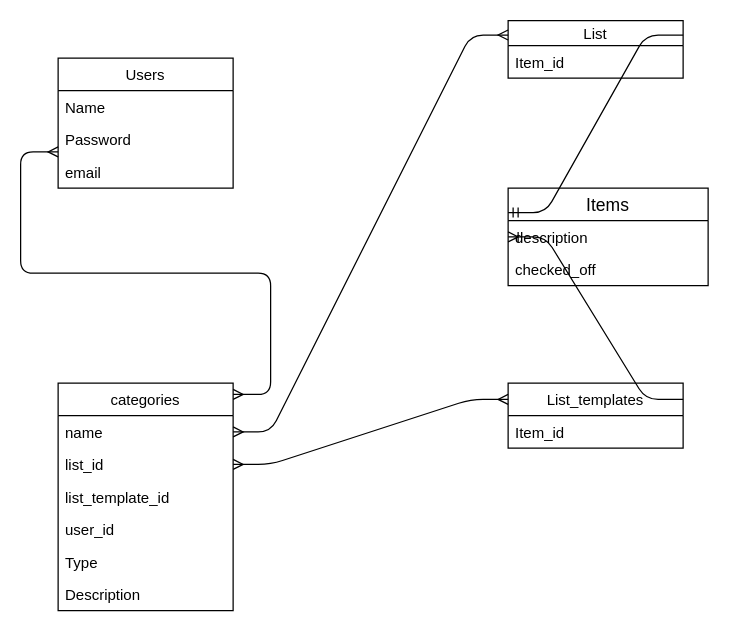
Earlier version of the draw.io diagram DB_Diagram.drawio (wingerwingman/list_project). Source tidied: cells renumbered, new cells numbered last; positions are measured from the earlier drawing's top-left corner, leaving out a move shared by most shapes. Both pictures are drawn from the tidied source at 125%, with x=0, y=0 at pixel (58, 20).
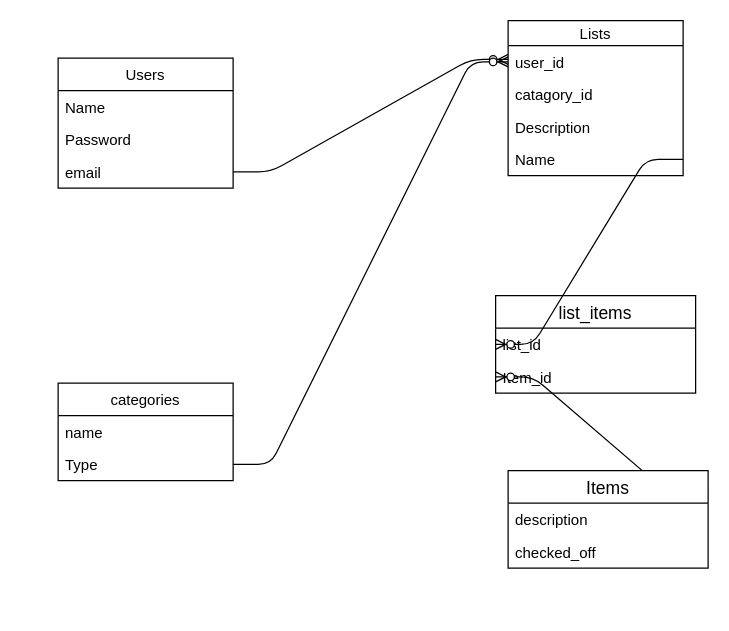
After the change.

Unchanged cells that the change refers to:
```xml
<mxCell id="5" value="email" style="text;strokeColor=none;fillColor=none;align=left;verticalAlign=top;spacingLeft=4;spacingRight=4;overflow=hidden;points=[[0,0.5],[1,0.5]];portConstraint=eastwest;" parent="2" vertex="1">
  <mxGeometry y="78" width="140" height="26" as="geometry" />
</mxCell>
<mxCell id="7" value="name" style="text;strokeColor=none;fillColor=none;align=left;verticalAlign=top;spacingLeft=4;spacingRight=4;overflow=hidden;points=[[0,0.5],[1,0.5]];portConstraint=eastwest;" parent="6" vertex="1">
  <mxGeometry y="26" width="140" height="26" as="geometry" />
</mxCell>
<mxCell id="18" value="description" style="text;strokeColor=none;fillColor=none;spacingLeft=4;spacingRight=4;overflow=hidden;points=[[0,0.5],[1,0.5]];portConstraint=eastwest;fontSize=12;" parent="17" vertex="1">
  <mxGeometry y="26" width="160" height="26" as="geometry" />
</mxCell>
```

The edit, as a diff of the source:
```diff
@@
     <mxCell id="6" value="categories" style="swimlane;fontStyle=0;horizontal=1;startSize=26;fillColor=none;" parent="1" vertex="1">
-      <mxGeometry y="290" width="140" height="182" as="geometry" />
+      <mxGeometry y="290" width="140" height="78" as="geometry" />
     </mxCell>
@@
+    <mxCell id="11" value="Type" style="text;strokeColor=none;fillColor=none;align=left;verticalAlign=top;spacingLeft=4;spacingRight=4;overflow=hidden;points=[[0,0.5],[1,0.5]];portConstraint=eastwest;" parent="6" vertex="1">
+      <mxGeometry y="52" width="140" height="26" as="geometry" />
+    </mxCell>
+    <mxCell id="22" value="Lists" style="swimlane;fontStyle=0;horizontal=1;startSize=20;fillColor=none;" parent="1" vertex="1">
+      <mxGeometry x="360" width="140" height="124" as="geometry" />
+    </mxCell>
+    <mxCell id="23" value="user_id" style="text;strokeColor=none;fillColor=none;align=left;verticalAlign=top;spacingLeft=4;spacingRight=4;overflow=hidden;points=[[0,0.5],[1,0.5]];portConstraint=eastwest;" parent="22" vertex="1">
+      <mxGeometry y="20" width="140" height="26" as="geometry" />
+    </mxCell>
+    <mxCell id="25" value="catagory_id" style="text;strokeColor=none;fillColor=none;align=left;verticalAlign=top;spacingLeft=4;spacingRight=4;overflow=hidden;" parent="22" vertex="1">
+      <mxGeometry y="46" width="140" height="26" as="geometry" />
+    </mxCell>
+    <mxCell id="12" value="Description" style="text;strokeColor=none;fillColor=none;align=left;verticalAlign=top;spacingLeft=4;spacingRight=4;overflow=hidden;" parent="22" vertex="1">
+      <mxGeometry y="72" width="140" height="26" as="geometry" />
+    </mxCell>
+    <mxCell id="26" value="Name" style="text;strokeColor=none;fillColor=none;align=left;verticalAlign=top;spacingLeft=4;spacingRight=4;overflow=hidden;points=[[0,0.5],[1,0.5]];portConstraint=eastwest;" parent="22" vertex="1">
+      <mxGeometry y="98" width="140" height="26" as="geometry" />
+    </mxCell>
+    <mxCell id="24" style="edgeStyle=entityRelationEdgeStyle;fontSize=12;html=1;endArrow=ERzeroToMany;endFill=1;exitX=1;exitY=0.5;exitDx=0;exitDy=0;entryX=0;entryY=0.25;entryDx=0;entryDy=0;" parent="1" edge="1" source="5" target="22">
+      <mxGeometry relative="1" as="geometry" />
+    </mxCell>
+    <mxCell id="27" style="edgeStyle=entityRelationEdgeStyle;fontSize=12;html=1;endArrow=ERzeroToMany;endFill=1;exitX=1;exitY=0.5;exitDx=0;exitDy=0;entryX=0;entryY=0.5;entryDx=0;entryDy=0;" parent="1" edge="1" source="11" target="23">
+      <mxGeometry relative="1" as="geometry" />
+    </mxCell>
+    <mxCell id="28" value="list_items" style="swimlane;fontStyle=0;horizontal=1;startSize=26;align=center;fontSize=14;" parent="1" vertex="1">
+      <mxGeometry x="350" y="220" width="160" height="78" as="geometry" />
+    </mxCell>
-    <mxCell id="8" value="list_id" style="text;strokeColor=none;fillColor=none;align=left;verticalAlign=top;spacingLeft=4;spacingRight=4;overflow=hidden;points=[[0,0.5],[1,0.5]];portConstraint=eastwest;" parent="6" vertex="1">
-      <mxGeometry y="52" width="140" height="26" as="geometry" />
+    <mxCell id="8" value="list_id" style="text;strokeColor=none;fillColor=none;spacingLeft=4;spacingRight=4;overflow=hidden;points=[[0,0.5],[1,0.5]];portConstraint=eastwest;fontSize=12;" parent="28" vertex="1">
+      <mxGeometry y="26" width="160" height="26" as="geometry" />
     </mxCell>
-    <mxCell id="9" value="list_template_id" style="text;strokeColor=none;fillColor=none;align=left;verticalAlign=top;spacingLeft=4;spacingRight=4;overflow=hidden;" parent="6" vertex="1">
-      <mxGeometry y="78" width="140" height="26" as="geometry" />
-    </mxCell>
-    <mxCell id="10" value="user_id" style="text;strokeColor=none;fillColor=none;align=left;verticalAlign=top;spacingLeft=4;spacingRight=4;overflow=hidden;" parent="6" vertex="1">
-      <mxGeometry y="104" width="140" height="26" as="geometry" />
-    </mxCell>
-    <mxCell id="11" value="Type" style="text;strokeColor=none;fillColor=none;align=left;verticalAlign=top;spacingLeft=4;spacingRight=4;overflow=hidden;points=[[0,0.5],[1,0.5]];portConstraint=eastwest;" parent="6" vertex="1">
-      <mxGeometry y="130" width="140" height="26" as="geometry" />
-    </mxCell>
-    <mxCell id="12" value="Description" style="text;strokeColor=none;fillColor=none;align=left;verticalAlign=top;spacingLeft=4;spacingRight=4;overflow=hidden;" parent="6" vertex="1">
-      <mxGeometry y="156" width="140" height="26" as="geometry" />
-    </mxCell>
-    <mxCell id="13" value="List_templates" style="swimlane;fontStyle=0;horizontal=1;startSize=26;fillColor=none;" parent="1" vertex="1">
-      <mxGeometry x="360" y="290" width="140" height="52" as="geometry" />
-    </mxCell>
-    <mxCell id="14" value="Item_id" style="text;strokeColor=none;fillColor=none;align=left;verticalAlign=top;spacingLeft=4;spacingRight=4;overflow=hidden;points=[[0,0.5],[1,0.5]];portConstraint=eastwest;" parent="13" vertex="1">
-      <mxGeometry y="26" width="140" height="26" as="geometry" />
+    <mxCell id="14" value="Item_id" style="text;strokeColor=none;fillColor=none;spacingLeft=4;spacingRight=4;overflow=hidden;points=[[0,0.5],[1,0.5]];portConstraint=eastwest;fontSize=12;" parent="28" vertex="1">
+      <mxGeometry y="52" width="160" height="26" as="geometry" />
     </mxCell>
-    <mxCell id="15" style="edgeStyle=entityRelationEdgeStyle;fontSize=12;html=1;endArrow=ERmany;startArrow=ERmany;exitX=1;exitY=0.5;exitDx=0;exitDy=0;entryX=0;entryY=0.25;entryDx=0;entryDy=0;" parent="1" edge="1" source="7" target="22">
-      <mxGeometry relative="1" as="geometry" />
-    </mxCell>
-    <mxCell id="16" style="edgeStyle=entityRelationEdgeStyle;fontSize=12;html=1;endArrow=ERmany;startArrow=ERmany;exitX=1;exitY=0.5;exitDx=0;exitDy=0;entryX=0;entryY=0.25;entryDx=0;entryDy=0;" parent="1" edge="1" source="8" target="13">
-      <mxGeometry relative="1" as="geometry" />
-    </mxCell>
+    <mxCell id="29" style="edgeStyle=entityRelationEdgeStyle;fontSize=12;html=1;endArrow=ERzeroToMany;endFill=1;entryX=0;entryY=0.5;entryDx=0;entryDy=0;exitX=1;exitY=0.5;exitDx=0;exitDy=0;" parent="1" edge="1" source="26" target="8">
+      <mxGeometry relative="1" as="geometry" />
+    </mxCell>
+    <mxCell id="30" style="edgeStyle=entityRelationEdgeStyle;fontSize=12;html=1;endArrow=ERzeroToMany;endFill=1;entryX=0;entryY=0.5;entryDx=0;entryDy=0;exitX=1;exitY=0.25;exitDx=0;exitDy=0;" parent="1" edge="1" source="17" target="14">
+      <mxGeometry relative="1" as="geometry" />
+    </mxCell>
     <mxCell id="17" value="Items" style="swimlane;fontStyle=0;horizontal=1;startSize=26;align=center;fontSize=14;" parent="1" vertex="1">
-      <mxGeometry x="360" y="134" width="160" height="78" as="geometry" />
+      <mxGeometry x="360" y="360" width="160" height="78" as="geometry" />
     </mxCell>
@@
-    <mxCell id="20" style="edgeStyle=entityRelationEdgeStyle;fontSize=12;html=1;endArrow=ERoneToMany;exitX=1;exitY=0.25;exitDx=0;exitDy=0;entryX=0;entryY=0.5;entryDx=0;entryDy=0;" parent="1" edge="1" source="13" target="18">
-      <mxGeometry relative="1" as="geometry" />
-    </mxCell>
-    <mxCell id="21" style="edgeStyle=entityRelationEdgeStyle;fontSize=12;html=1;endArrow=ERmandOne;exitX=1;exitY=0.25;exitDx=0;exitDy=0;entryX=0;entryY=0.25;entryDx=0;entryDy=0;" parent="1" edge="1" source="22" target="17">
-      <mxGeometry relative="1" as="geometry" />
-    </mxCell>
-    <mxCell id="22" value="List" style="swimlane;fontStyle=0;horizontal=1;startSize=20;fillColor=none;" parent="1" vertex="1">
-      <mxGeometry x="360" width="140" height="46" as="geometry" />
-    </mxCell>
-    <mxCell id="23" value="Item_id" style="text;strokeColor=none;fillColor=none;align=left;verticalAlign=top;spacingLeft=4;spacingRight=4;overflow=hidden;points=[[0,0.5],[1,0.5]];portConstraint=eastwest;" parent="22" vertex="1">
-      <mxGeometry y="20" width="140" height="26" as="geometry" />
-    </mxCell>
-    <mxCell id="24" style="edgeStyle=entityRelationEdgeStyle;fontSize=12;html=1;endArrow=ERmany;startArrow=ERmany;" parent="1" edge="1">
-      <mxGeometry relative="1" as="geometry">
-        <mxPoint x="140" y="299" as="sourcePoint" />
-        <mxPoint y="105" as="targetPoint" />
-      </mxGeometry>
-    </mxCell>
```
